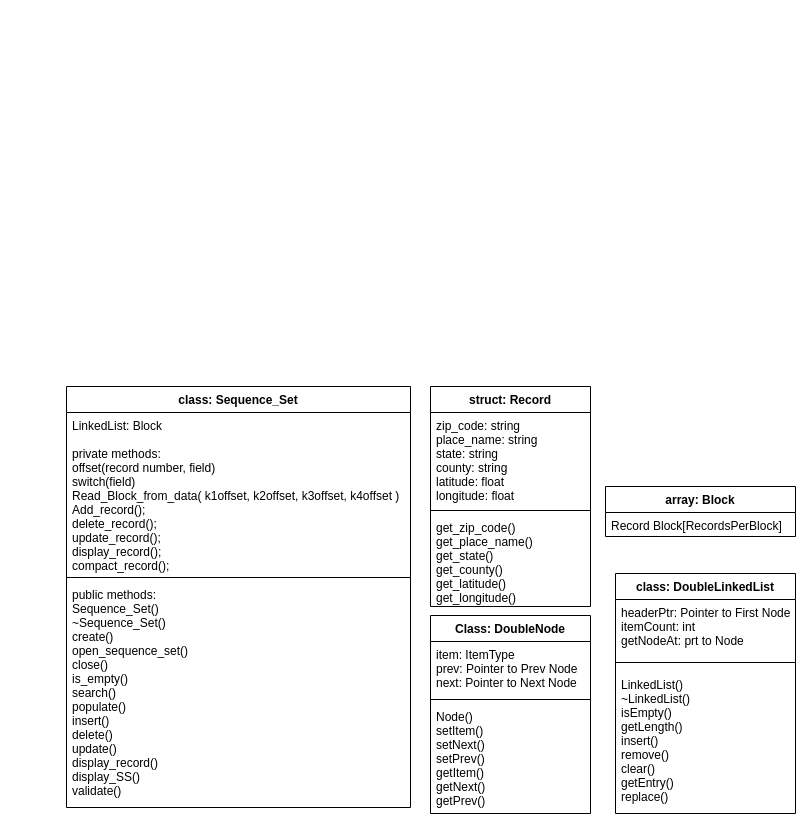
chrismd2/CSci-331-Goup-6 keeps this draw.io diagram as UML.drawio. Above is the earlier version. Source tidied: cells renumbered, new cells numbered last; positions are measured from the earlier drawing's top-left corner, leaving out a move shared by most shapes. Both pictures are drawn from the tidied source at 100%, with x=0, y=0 at pixel (66, 386).
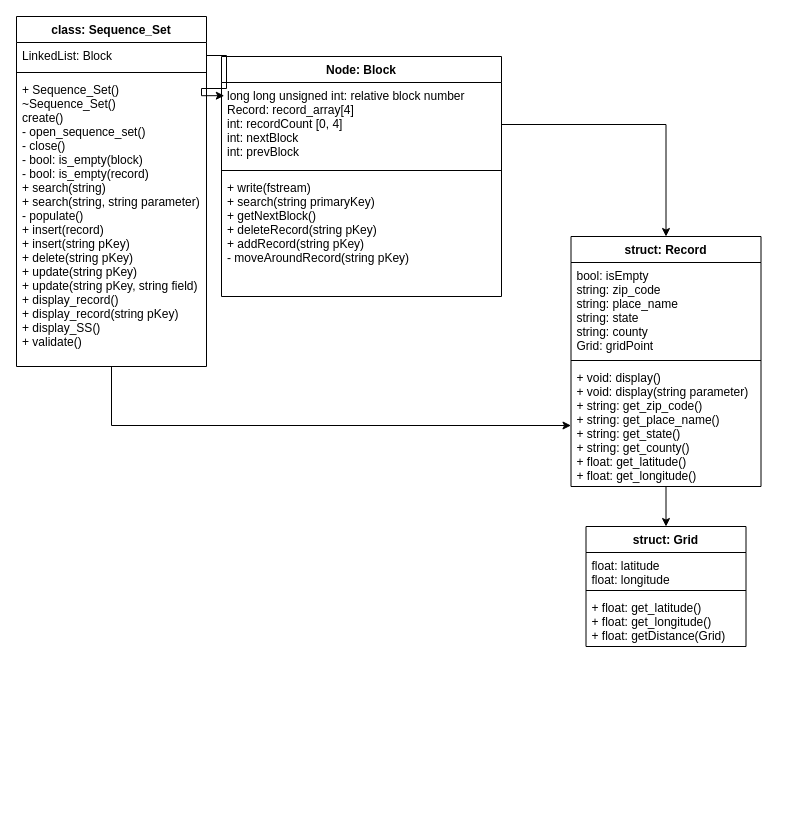
The same page after the edit.

What changed in the source:
```diff
@@
     <mxCell id="2" value="class: Sequence_Set" style="swimlane;fontStyle=1;align=center;verticalAlign=top;horizontal=1;startSize=26;" parent="1" vertex="1">
-      <mxGeometry width="344" height="421" as="geometry" />
+      <mxGeometry x="-50" y="-370" width="190" height="350" as="geometry" />
     </mxCell>
-    <mxCell id="3" value="LinkedList: Block&#10;&#10;private methods:&#10;offset(record number, field)&#10;switch(field)&#10;Read_Block_from_data( k1offset, k2offset, k3offset, k4offset )&#10;Add_record();&#10;delete_record();&#10;update_record();&#10;display_record();&#10;compact_record();&#10;" style="text;strokeColor=none;fillColor=none;align=left;verticalAlign=top;spacingLeft=4;spacingRight=4;overflow=hidden;" parent="2" vertex="1">
-      <mxGeometry y="26" width="344" height="161" as="geometry" />
-    </mxCell>
-    <mxCell id="4" style="line;strokeWidth=1;fillColor=none;align=left;verticalAlign=middle;spacingTop=-1;spacingLeft=3;spacingRight=3;labelPosition=right;" parent="2" vertex="1">
-      <mxGeometry y="187" width="344" height="8" as="geometry" />
-    </mxCell>
-    <mxCell id="5" value="public methods:&#10;Sequence_Set()&#10;~Sequence_Set()&#10;create()&#10;open_sequence_set()&#10;close()&#10;is_empty()&#10;search()&#10;populate()&#10;insert()&#10;delete()&#10;update()&#10;display_record()&#10;display_SS()&#10;validate()" style="text;strokeColor=none;fillColor=none;align=left;verticalAlign=top;spacingLeft=4;spacingRight=4;overflow=hidden;" parent="2" vertex="1">
-      <mxGeometry y="195" width="344" height="226" as="geometry" />
-    </mxCell>
+    <mxCell id="20" value="LinkedList: Block" style="text;strokeColor=none;fillColor=none;align=left;verticalAlign=top;spacingLeft=4;spacingRight=4;overflow=hidden;points=[[0,0.5],[1,0.5]];portConstraint=eastwest;" parent="2" vertex="1">
+      <mxGeometry y="26" width="190" height="26" as="geometry" />
+    </mxCell>
+    <mxCell id="21" style="line;strokeWidth=1;fillColor=none;align=left;verticalAlign=middle;spacingTop=-1;spacingLeft=3;spacingRight=3;labelPosition=right;" parent="2" vertex="1">
+      <mxGeometry y="52" width="190" height="8" as="geometry" />
+    </mxCell>
+    <mxCell id="22" value="+ Sequence_Set()&#10;~Sequence_Set()&#10;create()&#10;- open_sequence_set()&#10;- close()&#10;- bool: is_empty(block)&#10;- bool: is_empty(record)&#10;+ search(string)&#10;+ search(string, string parameter)&#10;- populate()&#10;+ insert(record)&#10;+ insert(string pKey)&#10;+ delete(string pKey)&#10;+ update(string pKey)&#10;+ update(string pKey, string field)&#10;+ display_record()&#10;+ display_record(string pKey)&#10;+ display_SS()&#10;+ validate()" style="text;strokeColor=none;fillColor=none;align=left;verticalAlign=top;spacingLeft=4;spacingRight=4;overflow=hidden;" parent="2" vertex="1">
+      <mxGeometry y="60" width="190" height="290" as="geometry" />
+    </mxCell>
+    <mxCell id="23" value="Node: Block" style="swimlane;fontStyle=1;align=center;verticalAlign=top;horizontal=1;startSize=26;" parent="1" vertex="1">
+      <mxGeometry x="155" y="-330" width="280" height="240" as="geometry" />
+    </mxCell>
+    <mxCell id="24" value="long long unsigned int: relative block number&#10;Record: record_array[4]&#10;int: recordCount [0, 4]&#10;int: nextBlock&#10;int: prevBlock" style="text;strokeColor=none;fillColor=none;align=left;verticalAlign=top;spacingLeft=4;spacingRight=4;overflow=hidden;points=[[0,0.5],[1,0.5]];portConstraint=eastwest;" parent="23" vertex="1">
+      <mxGeometry y="26" width="280" height="84" as="geometry" />
+    </mxCell>
+    <mxCell id="25" style="line;strokeWidth=1;fillColor=none;align=left;verticalAlign=middle;spacingTop=-1;spacingLeft=3;spacingRight=3;labelPosition=right;" parent="23" vertex="1">
+      <mxGeometry y="110" width="280" height="8" as="geometry" />
+    </mxCell>
+    <mxCell id="26" value="+ write(fstream)&#10;+ search(string primaryKey)&#10;+ getNextBlock()&#10;+ deleteRecord(string pKey)&#10;+ addRecord(string pKey)&#10;- moveAroundRecord(string pKey)" style="text;strokeColor=none;fillColor=none;align=left;verticalAlign=top;spacingLeft=4;spacingRight=4;overflow=hidden;" parent="23" vertex="1">
+      <mxGeometry y="118" width="280" height="122" as="geometry" />
+    </mxCell>
+    <mxCell id="27" style="edgeStyle=orthogonalEdgeStyle;rounded=0;jettySize=auto;html=1;" parent="1" edge="1" source="6" target="31">
+      <mxGeometry relative="1" as="geometry" />
+    </mxCell>
     <mxCell id="6" value="struct: Record" style="swimlane;fontStyle=1;align=center;verticalAlign=top;horizontal=1;startSize=26;" parent="1" vertex="1">
-      <mxGeometry x="364" width="160" height="220" as="geometry" />
+      <mxGeometry x="504.5" y="-150" width="190" height="250" as="geometry" />
     </mxCell>
-    <mxCell id="7" value="zip_code: string &#10;place_name: string&#10;state: string&#10;county: string&#10;latitude: float&#10;longitude: float&#10;" style="text;strokeColor=none;fillColor=none;align=left;verticalAlign=top;spacingLeft=4;spacingRight=4;overflow=hidden;" parent="6" vertex="1">
-      <mxGeometry y="26" width="160" height="94" as="geometry" />
-    </mxCell>
-    <mxCell id="8" style="line;strokeWidth=1;fillColor=none;align=left;verticalAlign=middle;spacingTop=-1;spacingLeft=3;spacingRight=3;labelPosition=right;" parent="6" vertex="1">
-      <mxGeometry y="120" width="160" height="8" as="geometry" />
-    </mxCell>
-    <mxCell id="9" value="get_zip_code()&#10;get_place_name()&#10;get_state()&#10;get_county()&#10;get_latitude()&#10;get_longitude()" style="text;strokeColor=none;fillColor=none;align=left;verticalAlign=top;spacingLeft=4;spacingRight=4;overflow=hidden;" parent="6" vertex="1">
-      <mxGeometry y="128" width="160" height="92" as="geometry" />
-    </mxCell>
-    <mxCell id="10" value="class: DoubleLinkedList" style="swimlane;fontStyle=1;align=center;verticalAlign=top;horizontal=1;startSize=26;" parent="1" vertex="1">
-      <mxGeometry x="549" y="187" width="180" height="240" as="geometry" />
-    </mxCell>
-    <mxCell id="11" value="headerPtr: Pointer to First Node&#10;itemCount: int&#10;getNodeAt: prt to Node&#10;" style="text;strokeColor=none;fillColor=none;align=left;verticalAlign=top;spacingLeft=4;spacingRight=4;overflow=hidden;" parent="10" vertex="1">
-      <mxGeometry y="26" width="180" height="54" as="geometry" />
-    </mxCell>
-    <mxCell id="12" style="line;strokeWidth=1;fillColor=none;align=left;verticalAlign=middle;spacingTop=-1;spacingLeft=3;spacingRight=3;labelPosition=right;" parent="10" vertex="1">
-      <mxGeometry y="80" width="180" height="18" as="geometry" />
-    </mxCell>
-    <mxCell id="13" value="LinkedList()&#10;~LinkedList()&#10;isEmpty()&#10;getLength()&#10;insert()&#10;remove()&#10;clear()&#10;getEntry()&#10;replace()" style="text;strokeColor=none;fillColor=none;align=left;verticalAlign=top;spacingLeft=4;spacingRight=4;overflow=hidden;" parent="10" vertex="1">
-      <mxGeometry y="98" width="180" height="142" as="geometry" />
-    </mxCell>
-    <mxCell id="14" value="Class: DoubleNode" style="swimlane;fontStyle=1;align=center;verticalAlign=top;horizontal=1;startSize=26;" parent="1" vertex="1">
-      <mxGeometry x="364" y="229" width="160" height="198" as="geometry" />
-    </mxCell>
-    <mxCell id="15" value="item: ItemType&#10;prev: Pointer to Prev Node&#10;next: Pointer to Next Node&#10;" style="text;strokeColor=none;fillColor=none;align=left;verticalAlign=top;spacingLeft=4;spacingRight=4;overflow=hidden;" parent="14" vertex="1">
-      <mxGeometry y="26" width="160" height="54" as="geometry" />
-    </mxCell>
-    <mxCell id="16" style="line;strokeWidth=1;fillColor=none;align=left;verticalAlign=middle;spacingTop=-1;spacingLeft=3;spacingRight=3;labelPosition=right;" parent="14" vertex="1">
-      <mxGeometry y="80" width="160" height="8" as="geometry" />
-    </mxCell>
-    <mxCell id="17" value="Node()&#10;setItem()&#10;setNext()&#10;setPrev()&#10;getItem()&#10;getNext()&#10;getPrev()" style="text;strokeColor=none;fillColor=none;align=left;verticalAlign=top;spacingLeft=4;spacingRight=4;overflow=hidden;" parent="14" vertex="1">
-      <mxGeometry y="88" width="160" height="110" as="geometry" />
-    </mxCell>
-    <mxCell id="18" value="array: Block" style="swimlane;fontStyle=1;align=center;verticalAlign=top;horizontal=1;startSize=26;" parent="1" vertex="1">
-      <mxGeometry x="539" y="100" width="190" height="50" as="geometry" />
-    </mxCell>
-    <mxCell id="19" value="Record Block[RecordsPerBlock]" style="text;strokeColor=none;fillColor=none;align=left;verticalAlign=top;spacingLeft=4;spacingRight=4;overflow=hidden;" parent="18" vertex="1">
-      <mxGeometry y="26" width="190" height="24" as="geometry" />
-    </mxCell>
+    <mxCell id="28" value="bool: isEmpty&#10;string: zip_code&#10;string: place_name&#10;string: state&#10;string: county&#10;Grid: gridPoint&#10;" style="text;strokeColor=none;fillColor=none;align=left;verticalAlign=top;spacingLeft=4;spacingRight=4;overflow=hidden;" parent="6" vertex="1">
+      <mxGeometry y="26" width="190" height="94" as="geometry" />
+    </mxCell>
+    <mxCell id="29" style="line;strokeWidth=1;fillColor=none;align=left;verticalAlign=middle;spacingTop=-1;spacingLeft=3;spacingRight=3;labelPosition=right;" parent="6" vertex="1">
+      <mxGeometry y="120" width="190" height="8" as="geometry" />
+    </mxCell>
+    <mxCell id="30" value="+ void: display()&#10;+ void: display(string parameter)&#10;+ string: get_zip_code()&#10;+ string: get_place_name()&#10;+ string: get_state()&#10;+ string: get_county()&#10;+ float: get_latitude()&#10;+ float: get_longitude()" style="text;strokeColor=none;fillColor=none;align=left;verticalAlign=top;spacingLeft=4;spacingRight=4;overflow=hidden;points=[[0,0.5],[1,0.5]];portConstraint=eastwest;" parent="6" vertex="1">
+      <mxGeometry y="128" width="190" height="122" as="geometry" />
+    </mxCell>
+    <mxCell id="31" value="struct: Grid" style="swimlane;fontStyle=1;align=center;verticalAlign=top;horizontal=1;startSize=26;" parent="1" vertex="1">
+      <mxGeometry x="519.5" y="140" width="160" height="120" as="geometry" />
+    </mxCell>
+    <mxCell id="32" value="float: latitude&#10;float: longitude&#10;" style="text;strokeColor=none;fillColor=none;align=left;verticalAlign=top;spacingLeft=4;spacingRight=4;overflow=hidden;" parent="31" vertex="1">
+      <mxGeometry y="26" width="160" height="34" as="geometry" />
+    </mxCell>
+    <mxCell id="33" style="line;strokeWidth=1;fillColor=none;align=left;verticalAlign=middle;spacingTop=-1;spacingLeft=3;spacingRight=3;labelPosition=right;" parent="31" vertex="1">
+      <mxGeometry y="60" width="160" height="8" as="geometry" />
+    </mxCell>
+    <mxCell id="34" value="+ float: get_latitude()&#10;+ float: get_longitude()&#10;+ float: getDistance(Grid)" style="text;strokeColor=none;fillColor=none;align=left;verticalAlign=top;spacingLeft=4;spacingRight=4;overflow=hidden;" parent="31" vertex="1">
+      <mxGeometry y="68" width="160" height="52" as="geometry" />
+    </mxCell>
+    <mxCell id="35" style="edgeStyle=orthogonalEdgeStyle;rounded=0;jettySize=auto;html=1;exitX=0.5;exitY=1;exitDx=0;exitDy=0;entryX=0;entryY=0.5;entryDx=0;entryDy=0;" parent="1" edge="1" source="2" target="30">
+      <mxGeometry relative="1" as="geometry">
+        <Array as="points">
+          <mxPoint x="45" y="39" />
+        </Array>
+      </mxGeometry>
+    </mxCell>
+    <mxCell id="36" style="edgeStyle=orthogonalEdgeStyle;rounded=0;jettySize=auto;html=1;exitX=1;exitY=0.5;exitDx=0;exitDy=0;" parent="1" edge="1" source="24" target="6">
+      <mxGeometry relative="1" as="geometry" />
+    </mxCell>
+    <mxCell id="37" style="edgeStyle=orthogonalEdgeStyle;rounded=0;jettySize=auto;html=1;exitX=1;exitY=0.5;exitDx=0;exitDy=0;entryX=0.01;entryY=0.157;entryDx=0;entryDy=0;entryPerimeter=0;" parent="1" edge="1" source="20" target="24">
+      <mxGeometry relative="1" as="geometry" />
+    </mxCell>
```
